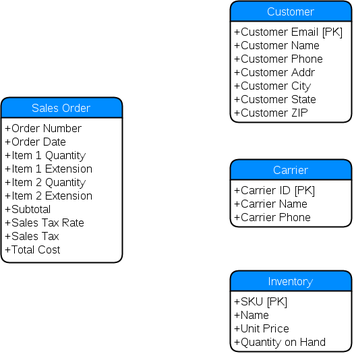
Above: images/normal-step3.png in accountingarchitecture/accountingarchitecture.github.io (draw.io), before the change. Source tidied: cells renumbered, new cells last; positions are measured from the earlier drawing's top-left corner, leaving out a move shared by most shapes. The source it was exported from:
```xml
<mxGraphModel background="#ffffff">
  <root>
    <mxCell id="0" />
    <mxCell id="1" parent="0" />
    <mxCell id="2" value="Sales Order" style="swimlane;html=1;horizontal=1;startSize=30;fillColor=#008cff;fontColor=#FFFFFF;rounded=1;fontSize=17;fontStyle=0;strokeWidth=2;shadow=0;dashed=0;align=center;" parent="1" vertex="1">
      <mxGeometry y="143" width="180" height="245" as="geometry" />
    </mxCell>
    <mxCell id="3" value="&lt;div&gt;&lt;span style=&quot;line-height: 1.2&quot;&gt;+Order Number&lt;/span&gt;&lt;br&gt;&lt;/div&gt;&lt;div&gt;+Order Date&lt;/div&gt;&lt;div&gt;+Item 1 Quantity&lt;/div&gt;&lt;div&gt;+Item 1 Extension&lt;/div&gt;&lt;div&gt;&lt;span style=&quot;line-height: 1.2&quot;&gt;+Item 2 Quantity&lt;/span&gt;&lt;br&gt;&lt;/div&gt;&lt;div&gt;+Item 2 Extension&lt;/div&gt;&lt;div&gt;+Subtotal&lt;/div&gt;&lt;div&gt;+Sales Tax Rate&lt;/div&gt;&lt;div&gt;+Sales Tax&lt;/div&gt;&lt;div&gt;+Total Cost&lt;/div&gt;" style="whiteSpace=wrap;html=1;align=left;strokeColor=none;fillColor=none;spacingLeft=4;fontSize=17;verticalAlign=top;" parent="2" vertex="1">
      <mxGeometry y="30" width="180" height="215" as="geometry" />
    </mxCell>
    <mxCell id="4" value="Customer" style="swimlane;html=1;horizontal=1;startSize=30;fillColor=#008cff;fontColor=#FFFFFF;rounded=1;fontSize=17;fontStyle=0;strokeWidth=2;shadow=0;dashed=0;align=center;" parent="1" vertex="1">
      <mxGeometry x="340" width="180" height="180" as="geometry" />
    </mxCell>
    <mxCell id="5" value="&lt;div&gt;+Customer Email [PK]&lt;/div&gt;&lt;div&gt;+Customer Name&lt;/div&gt;&lt;div&gt;&lt;span&gt;+Customer Phone&lt;/span&gt;&lt;br&gt;&lt;/div&gt;&lt;div&gt;+Customer Addr&lt;/div&gt;&lt;div&gt;+Customer City&lt;/div&gt;&lt;div&gt;+Customer State&lt;/div&gt;&lt;div&gt;+Customer ZIP&lt;/div&gt;" style="whiteSpace=wrap;html=1;align=left;strokeColor=none;fillColor=none;spacingLeft=4;fontSize=17;verticalAlign=top;" parent="4" vertex="1">
      <mxGeometry y="30" width="180" height="150" as="geometry" />
    </mxCell>
    <mxCell id="6" value="Carrier" style="swimlane;html=1;horizontal=1;startSize=30;fillColor=#008cff;fontColor=#FFFFFF;rounded=1;fontSize=17;fontStyle=0;strokeWidth=2;shadow=0;dashed=0;align=center;" parent="1" vertex="1">
      <mxGeometry x="340" y="235" width="180" height="100" as="geometry" />
    </mxCell>
    <mxCell id="7" value="&lt;div&gt;&lt;span style=&quot;line-height: 1.2&quot;&gt;+Carrier ID [PK]&lt;/span&gt;&lt;br&gt;&lt;/div&gt;&lt;div&gt;+Carrier Name&lt;/div&gt;&lt;div&gt;+Carrier Phone&lt;/div&gt;&lt;div&gt;&lt;br&gt;&lt;/div&gt;" style="whiteSpace=wrap;html=1;align=left;strokeColor=none;fillColor=none;spacingLeft=4;fontSize=17;verticalAlign=top;" parent="6" vertex="1">
      <mxGeometry y="30" width="180" height="70" as="geometry" />
    </mxCell>
    <mxCell id="8" value="Inventory" style="swimlane;html=1;horizontal=1;startSize=30;fillColor=#008cff;fontColor=#FFFFFF;rounded=1;fontSize=17;fontStyle=0;strokeWidth=2;shadow=0;dashed=0;align=center;" parent="1" vertex="1">
      <mxGeometry x="340" y="400" width="180" height="120" as="geometry" />
    </mxCell>
    <mxCell id="9" value="&lt;div&gt;&lt;span style=&quot;line-height: 1.2&quot;&gt;+SKU [PK]&lt;/span&gt;&lt;br&gt;&lt;/div&gt;&lt;div&gt;+Name&lt;/div&gt;&lt;div&gt;+Unit Price&lt;/div&gt;&lt;div&gt;+Quantity on Hand&lt;/div&gt;" style="whiteSpace=wrap;html=1;align=left;strokeColor=none;fillColor=none;spacingLeft=4;fontSize=17;verticalAlign=top;" parent="8" vertex="1">
      <mxGeometry y="30" width="180" height="90" as="geometry" />
    </mxCell>
  </root>
</mxGraphModel>
```
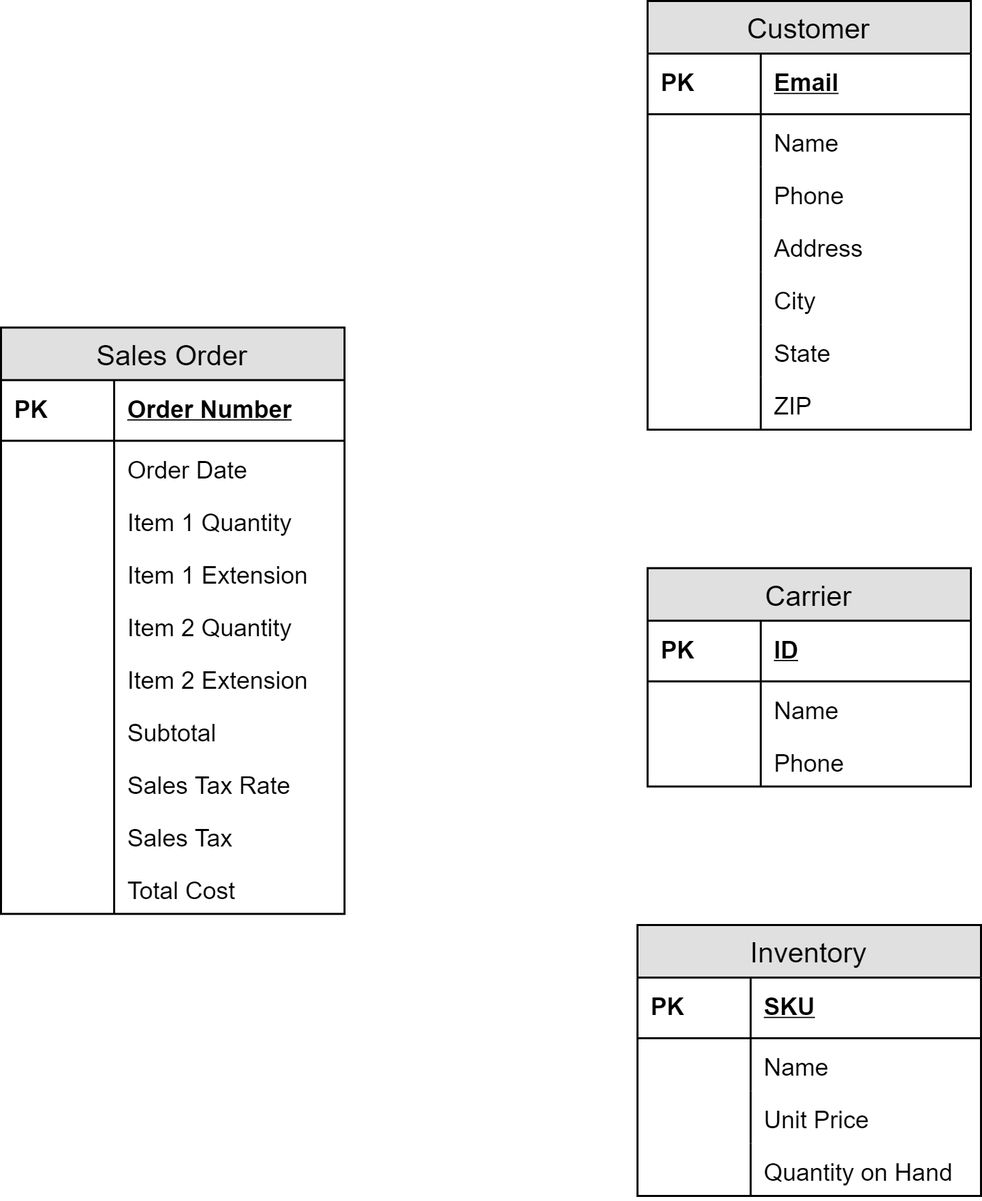
Above is the later version.

What changed in the source:
```diff
@@ -2,29 +2,161 @@
   <root>
     <mxCell id="0" />
     <mxCell id="1" parent="0" />
+    <mxCell id="10" value="Customer" style="swimlane;fontStyle=0;horizontal=1;startSize=26;fillColor=#e0e0e0;swimlaneFillColor=#ffffff;align=center;fontSize=14;" parent="1" vertex="1">
+      <mxGeometry x="345" y="-222" width="160" height="212" as="geometry" />
+    </mxCell>
+    <mxCell id="11" value="Email" style="shape=partialRectangle;top=0;left=0;right=0;bottom=1;align=left;verticalAlign=middle;fillColor=none;spacingLeft=60;spacingRight=4;overflow=hidden;fontStyle=5;fontSize=12;" parent="10" vertex="1">
+      <mxGeometry y="26" width="160" height="30" as="geometry" />
+    </mxCell>
+    <mxCell id="12" value="PK" style="shape=partialRectangle;fontStyle=1;top=0;left=0;bottom=0;fillColor=none;align=left;verticalAlign=middle;spacingLeft=4;spacingRight=4;overflow=hidden;fontSize=12;" parent="11" vertex="1">
+      <mxGeometry width="56" height="30" as="geometry" />
+    </mxCell>
+    <mxCell id="13" value="Name" style="shape=partialRectangle;top=0;left=0;right=0;bottom=0;align=left;verticalAlign=top;fillColor=none;spacingLeft=60;spacingRight=4;overflow=hidden;fontSize=12;" parent="10" vertex="1">
+      <mxGeometry y="56" width="160" height="26" as="geometry" />
+    </mxCell>
-    <mxCell id="2" value="Sales Order" style="swimlane;html=1;horizontal=1;startSize=30;fillColor=#008cff;fontColor=#FFFFFF;rounded=1;fontSize=17;fontStyle=0;strokeWidth=2;shadow=0;dashed=0;align=center;" parent="1" vertex="1">
-      <mxGeometry y="143" width="180" height="245" as="geometry" />
+    <mxCell id="2" style="shape=partialRectangle;top=0;left=0;bottom=0;fillColor=none;align=left;verticalAlign=top;spacingLeft=4;spacingRight=4;overflow=hidden;fontSize=12;" parent="13" vertex="1">
+      <mxGeometry width="56" height="26" as="geometry" />
     </mxCell>
-    <mxCell id="3" value="&lt;div&gt;&lt;span style=&quot;line-height: 1.2&quot;&gt;+Order Number&lt;/span&gt;&lt;br&gt;&lt;/div&gt;&lt;div&gt;+Order Date&lt;/div&gt;&lt;div&gt;+Item 1 Quantity&lt;/div&gt;&lt;div&gt;+Item 1 Extension&lt;/div&gt;&lt;div&gt;&lt;span style=&quot;line-height: 1.2&quot;&gt;+Item 2 Quantity&lt;/span&gt;&lt;br&gt;&lt;/div&gt;&lt;div&gt;+Item 2 Extension&lt;/div&gt;&lt;div&gt;+Subtotal&lt;/div&gt;&lt;div&gt;+Sales Tax Rate&lt;/div&gt;&lt;div&gt;+Sales Tax&lt;/div&gt;&lt;div&gt;+Total Cost&lt;/div&gt;" style="whiteSpace=wrap;html=1;align=left;strokeColor=none;fillColor=none;spacingLeft=4;fontSize=17;verticalAlign=top;" parent="2" vertex="1">
-      <mxGeometry y="30" width="180" height="215" as="geometry" />
+    <mxCell id="3" value="Phone" style="shape=partialRectangle;top=0;left=0;right=0;bottom=0;align=left;verticalAlign=top;fillColor=none;spacingLeft=60;spacingRight=4;overflow=hidden;fontSize=12;" parent="10" vertex="1">
+      <mxGeometry y="82" width="160" height="26" as="geometry" />
     </mxCell>
+    <mxCell id="14" style="shape=partialRectangle;top=0;left=0;bottom=0;fillColor=none;align=left;verticalAlign=top;spacingLeft=4;spacingRight=4;overflow=hidden;fontSize=12;" parent="3" vertex="1">
+      <mxGeometry width="56" height="26" as="geometry" />
+    </mxCell>
+    <mxCell id="15" value="Address" style="shape=partialRectangle;top=0;left=0;right=0;bottom=0;align=left;verticalAlign=top;fillColor=none;spacingLeft=60;spacingRight=4;overflow=hidden;fontSize=12;" parent="10" vertex="1">
+      <mxGeometry y="108" width="160" height="26" as="geometry" />
+    </mxCell>
+    <mxCell id="16" style="shape=partialRectangle;top=0;left=0;bottom=0;fillColor=none;align=left;verticalAlign=top;spacingLeft=4;spacingRight=4;overflow=hidden;fontSize=12;" parent="15" vertex="1">
+      <mxGeometry width="56" height="26" as="geometry" />
+    </mxCell>
+    <mxCell id="17" value="City" style="shape=partialRectangle;top=0;left=0;right=0;bottom=0;align=left;verticalAlign=top;fillColor=none;spacingLeft=60;spacingRight=4;overflow=hidden;fontSize=12;" parent="10" vertex="1">
+      <mxGeometry y="134" width="160" height="26" as="geometry" />
+    </mxCell>
+    <mxCell id="18" style="shape=partialRectangle;top=0;left=0;bottom=0;fillColor=none;align=left;verticalAlign=top;spacingLeft=4;spacingRight=4;overflow=hidden;fontSize=12;" parent="17" vertex="1">
+      <mxGeometry width="56" height="26" as="geometry" />
+    </mxCell>
+    <mxCell id="19" value="State" style="shape=partialRectangle;top=0;left=0;right=0;bottom=0;align=left;verticalAlign=top;fillColor=none;spacingLeft=60;spacingRight=4;overflow=hidden;fontSize=12;" parent="10" vertex="1">
+      <mxGeometry y="160" width="160" height="26" as="geometry" />
+    </mxCell>
+    <mxCell id="20" style="shape=partialRectangle;top=0;left=0;bottom=0;fillColor=none;align=left;verticalAlign=top;spacingLeft=4;spacingRight=4;overflow=hidden;fontSize=12;" parent="19" vertex="1">
+      <mxGeometry width="56" height="26" as="geometry" />
+    </mxCell>
+    <mxCell id="21" value="ZIP" style="shape=partialRectangle;top=0;left=0;right=0;bottom=0;align=left;verticalAlign=top;fillColor=none;spacingLeft=60;spacingRight=4;overflow=hidden;fontSize=12;" parent="10" vertex="1">
+      <mxGeometry y="186" width="160" height="26" as="geometry" />
+    </mxCell>
-    <mxCell id="4" value="Customer" style="swimlane;html=1;horizontal=1;startSize=30;fillColor=#008cff;fontColor=#FFFFFF;rounded=1;fontSize=17;fontStyle=0;strokeWidth=2;shadow=0;dashed=0;align=center;" parent="1" vertex="1">
-      <mxGeometry x="340" width="180" height="180" as="geometry" />
+    <mxCell id="4" style="shape=partialRectangle;top=0;left=0;bottom=0;fillColor=none;align=left;verticalAlign=top;spacingLeft=4;spacingRight=4;overflow=hidden;fontSize=12;" parent="21" vertex="1">
+      <mxGeometry width="56" height="26" as="geometry" />
     </mxCell>
-    <mxCell id="5" value="&lt;div&gt;+Customer Email [PK]&lt;/div&gt;&lt;div&gt;+Customer Name&lt;/div&gt;&lt;div&gt;&lt;span&gt;+Customer Phone&lt;/span&gt;&lt;br&gt;&lt;/div&gt;&lt;div&gt;+Customer Addr&lt;/div&gt;&lt;div&gt;+Customer City&lt;/div&gt;&lt;div&gt;+Customer State&lt;/div&gt;&lt;div&gt;+Customer ZIP&lt;/div&gt;" style="whiteSpace=wrap;html=1;align=left;strokeColor=none;fillColor=none;spacingLeft=4;fontSize=17;verticalAlign=top;" parent="4" vertex="1">
-      <mxGeometry y="30" width="180" height="150" as="geometry" />
+    <mxCell id="5" value="Carrier" style="swimlane;fontStyle=0;horizontal=1;startSize=26;fillColor=#e0e0e0;swimlaneFillColor=#ffffff;align=center;fontSize=14;" parent="1" vertex="1">
+      <mxGeometry x="345" y="58.5" width="160" height="108" as="geometry" />
     </mxCell>
+    <mxCell id="22" value="ID" style="shape=partialRectangle;top=0;left=0;right=0;bottom=1;align=left;verticalAlign=middle;fillColor=none;spacingLeft=60;spacingRight=4;overflow=hidden;fontStyle=5;fontSize=12;" parent="5" vertex="1">
+      <mxGeometry y="26" width="160" height="30" as="geometry" />
+    </mxCell>
+    <mxCell id="23" value="PK" style="shape=partialRectangle;fontStyle=1;top=0;left=0;bottom=0;fillColor=none;align=left;verticalAlign=middle;spacingLeft=4;spacingRight=4;overflow=hidden;fontSize=12;" parent="22" vertex="1">
+      <mxGeometry width="56" height="30" as="geometry" />
+    </mxCell>
+    <mxCell id="24" value="Name" style="shape=partialRectangle;top=0;left=0;right=0;bottom=0;align=left;verticalAlign=top;fillColor=none;spacingLeft=60;spacingRight=4;overflow=hidden;fontSize=12;" parent="5" vertex="1">
+      <mxGeometry y="56" width="160" height="26" as="geometry" />
+    </mxCell>
+    <mxCell id="25" style="shape=partialRectangle;top=0;left=0;bottom=0;fillColor=none;align=left;verticalAlign=top;spacingLeft=4;spacingRight=4;overflow=hidden;fontSize=12;" parent="24" vertex="1">
+      <mxGeometry width="56" height="26" as="geometry" />
+    </mxCell>
+    <mxCell id="26" value="Phone" style="shape=partialRectangle;top=0;left=0;right=0;bottom=0;align=left;verticalAlign=top;fillColor=none;spacingLeft=60;spacingRight=4;overflow=hidden;fontSize=12;" parent="5" vertex="1">
+      <mxGeometry y="82" width="160" height="26" as="geometry" />
+    </mxCell>
+    <mxCell id="27" style="shape=partialRectangle;top=0;left=0;bottom=0;fillColor=none;align=left;verticalAlign=top;spacingLeft=4;spacingRight=4;overflow=hidden;fontSize=12;" parent="26" vertex="1">
+      <mxGeometry width="56" height="26" as="geometry" />
+    </mxCell>
-    <mxCell id="6" value="Carrier" style="swimlane;html=1;horizontal=1;startSize=30;fillColor=#008cff;fontColor=#FFFFFF;rounded=1;fontSize=17;fontStyle=0;strokeWidth=2;shadow=0;dashed=0;align=center;" parent="1" vertex="1">
-      <mxGeometry x="340" y="235" width="180" height="100" as="geometry" />
+    <mxCell id="6" value="Inventory" style="swimlane;fontStyle=0;horizontal=1;startSize=26;fillColor=#e0e0e0;swimlaneFillColor=#ffffff;align=center;fontSize=14;" parent="1" vertex="1">
+      <mxGeometry x="340" y="235" width="170" height="134" as="geometry" />
     </mxCell>
-    <mxCell id="7" value="&lt;div&gt;&lt;span style=&quot;line-height: 1.2&quot;&gt;+Carrier ID [PK]&lt;/span&gt;&lt;br&gt;&lt;/div&gt;&lt;div&gt;+Carrier Name&lt;/div&gt;&lt;div&gt;+Carrier Phone&lt;/div&gt;&lt;div&gt;&lt;br&gt;&lt;/div&gt;" style="whiteSpace=wrap;html=1;align=left;strokeColor=none;fillColor=none;spacingLeft=4;fontSize=17;verticalAlign=top;" parent="6" vertex="1">
-      <mxGeometry y="30" width="180" height="70" as="geometry" />
+    <mxCell id="7" value="SKU" style="shape=partialRectangle;top=0;left=0;right=0;bottom=1;align=left;verticalAlign=middle;fillColor=none;spacingLeft=60;spacingRight=4;overflow=hidden;fontStyle=5;fontSize=12;" parent="6" vertex="1">
+      <mxGeometry y="26" width="170" height="30" as="geometry" />
     </mxCell>
-    <mxCell id="8" value="Inventory" style="swimlane;html=1;horizontal=1;startSize=30;fillColor=#008cff;fontColor=#FFFFFF;rounded=1;fontSize=17;fontStyle=0;strokeWidth=2;shadow=0;dashed=0;align=center;" parent="1" vertex="1">
-      <mxGeometry x="340" y="400" width="180" height="120" as="geometry" />
+    <mxCell id="8" value="PK" style="shape=partialRectangle;fontStyle=1;top=0;left=0;bottom=0;fillColor=none;align=left;verticalAlign=middle;spacingLeft=4;spacingRight=4;overflow=hidden;fontSize=12;" parent="7" vertex="1">
+      <mxGeometry width="56" height="30" as="geometry" />
     </mxCell>
-    <mxCell id="9" value="&lt;div&gt;&lt;span style=&quot;line-height: 1.2&quot;&gt;+SKU [PK]&lt;/span&gt;&lt;br&gt;&lt;/div&gt;&lt;div&gt;+Name&lt;/div&gt;&lt;div&gt;+Unit Price&lt;/div&gt;&lt;div&gt;+Quantity on Hand&lt;/div&gt;" style="whiteSpace=wrap;html=1;align=left;strokeColor=none;fillColor=none;spacingLeft=4;fontSize=17;verticalAlign=top;" parent="8" vertex="1">
-      <mxGeometry y="30" width="180" height="90" as="geometry" />
+    <mxCell id="9" value="Name" style="shape=partialRectangle;top=0;left=0;right=0;bottom=0;align=left;verticalAlign=top;fillColor=none;spacingLeft=60;spacingRight=4;overflow=hidden;fontSize=12;" parent="6" vertex="1">
+      <mxGeometry y="56" width="170" height="26" as="geometry" />
     </mxCell>
+    <mxCell id="28" style="shape=partialRectangle;top=0;left=0;bottom=0;fillColor=none;align=left;verticalAlign=top;spacingLeft=4;spacingRight=4;overflow=hidden;fontSize=12;" parent="9" vertex="1">
+      <mxGeometry width="56" height="26" as="geometry" />
+    </mxCell>
+    <mxCell id="29" value="Unit Price" style="shape=partialRectangle;top=0;left=0;right=0;bottom=0;align=left;verticalAlign=top;fillColor=none;spacingLeft=60;spacingRight=4;overflow=hidden;fontSize=12;" parent="6" vertex="1">
+      <mxGeometry y="82" width="170" height="26" as="geometry" />
+    </mxCell>
+    <mxCell id="30" style="shape=partialRectangle;top=0;left=0;bottom=0;fillColor=none;align=left;verticalAlign=top;spacingLeft=4;spacingRight=4;overflow=hidden;fontSize=12;" parent="29" vertex="1">
+      <mxGeometry width="56" height="26" as="geometry" />
+    </mxCell>
+    <mxCell id="31" value="Quantity on Hand" style="shape=partialRectangle;top=0;left=0;right=0;bottom=0;align=left;verticalAlign=top;fillColor=none;spacingLeft=60;spacingRight=4;overflow=hidden;fontSize=12;" parent="6" vertex="1">
+      <mxGeometry y="108" width="170" height="26" as="geometry" />
+    </mxCell>
+    <mxCell id="32" style="shape=partialRectangle;top=0;left=0;bottom=0;fillColor=none;align=left;verticalAlign=top;spacingLeft=4;spacingRight=4;overflow=hidden;fontSize=12;" parent="31" vertex="1">
+      <mxGeometry width="56" height="26" as="geometry" />
+    </mxCell>
+    <mxCell id="33" value="Sales Order" style="swimlane;fontStyle=0;horizontal=1;startSize=26;fillColor=#e0e0e0;swimlaneFillColor=#ffffff;align=center;fontSize=14;" parent="1" vertex="1">
+      <mxGeometry x="25" y="-60.5" width="170" height="290" as="geometry" />
+    </mxCell>
+    <mxCell id="34" value="Order Number" style="shape=partialRectangle;top=0;left=0;right=0;bottom=1;align=left;verticalAlign=middle;fillColor=none;spacingLeft=60;spacingRight=4;overflow=hidden;fontStyle=5;fontSize=12;" parent="33" vertex="1">
+      <mxGeometry y="26" width="170" height="30" as="geometry" />
+    </mxCell>
+    <mxCell id="35" value="PK" style="shape=partialRectangle;fontStyle=1;top=0;left=0;bottom=0;fillColor=none;align=left;verticalAlign=middle;spacingLeft=4;spacingRight=4;overflow=hidden;fontSize=12;" parent="34" vertex="1">
+      <mxGeometry width="56" height="30" as="geometry" />
+    </mxCell>
+    <mxCell id="36" value="Order Date" style="shape=partialRectangle;top=0;left=0;right=0;bottom=0;align=left;verticalAlign=top;fillColor=none;spacingLeft=60;spacingRight=4;overflow=hidden;fontSize=12;" parent="33" vertex="1">
+      <mxGeometry y="56" width="170" height="26" as="geometry" />
+    </mxCell>
+    <mxCell id="37" style="shape=partialRectangle;top=0;left=0;bottom=0;fillColor=none;align=left;verticalAlign=top;spacingLeft=4;spacingRight=4;overflow=hidden;fontSize=12;" parent="36" vertex="1">
+      <mxGeometry width="56" height="26" as="geometry" />
+    </mxCell>
+    <mxCell id="38" value="Item 1 Quantity" style="shape=partialRectangle;top=0;left=0;right=0;bottom=0;align=left;verticalAlign=top;fillColor=none;spacingLeft=60;spacingRight=4;overflow=hidden;fontSize=12;" parent="33" vertex="1">
+      <mxGeometry y="82" width="170" height="26" as="geometry" />
+    </mxCell>
+    <mxCell id="39" style="shape=partialRectangle;top=0;left=0;bottom=0;fillColor=none;align=left;verticalAlign=top;spacingLeft=4;spacingRight=4;overflow=hidden;fontSize=12;" parent="38" vertex="1">
+      <mxGeometry width="56" height="26" as="geometry" />
+    </mxCell>
+    <mxCell id="40" value="Item 1 Extension" style="shape=partialRectangle;top=0;left=0;right=0;bottom=0;align=left;verticalAlign=top;fillColor=none;spacingLeft=60;spacingRight=4;overflow=hidden;fontSize=12;" parent="33" vertex="1">
+      <mxGeometry y="108" width="170" height="26" as="geometry" />
+    </mxCell>
+    <mxCell id="41" style="shape=partialRectangle;top=0;left=0;bottom=0;fillColor=none;align=left;verticalAlign=top;spacingLeft=4;spacingRight=4;overflow=hidden;fontSize=12;" parent="40" vertex="1">
+      <mxGeometry width="56" height="26" as="geometry" />
+    </mxCell>
+    <mxCell id="42" value="Item 2 Quantity" style="shape=partialRectangle;top=0;left=0;right=0;bottom=0;align=left;verticalAlign=top;fillColor=none;spacingLeft=60;spacingRight=4;overflow=hidden;fontSize=12;" parent="33" vertex="1">
+      <mxGeometry y="134" width="170" height="26" as="geometry" />
+    </mxCell>
+    <mxCell id="43" style="shape=partialRectangle;top=0;left=0;bottom=0;fillColor=none;align=left;verticalAlign=top;spacingLeft=4;spacingRight=4;overflow=hidden;fontSize=12;" parent="42" vertex="1">
+      <mxGeometry width="56" height="26" as="geometry" />
+    </mxCell>
+    <mxCell id="44" value="Item 2 Extension" style="shape=partialRectangle;top=0;left=0;right=0;bottom=0;align=left;verticalAlign=top;fillColor=none;spacingLeft=60;spacingRight=4;overflow=hidden;fontSize=12;" parent="33" vertex="1">
+      <mxGeometry y="160" width="170" height="26" as="geometry" />
+    </mxCell>
+    <mxCell id="45" style="shape=partialRectangle;top=0;left=0;bottom=0;fillColor=none;align=left;verticalAlign=top;spacingLeft=4;spacingRight=4;overflow=hidden;fontSize=12;" parent="44" vertex="1">
+      <mxGeometry width="56" height="26" as="geometry" />
+    </mxCell>
+    <mxCell id="46" value="Subtotal" style="shape=partialRectangle;top=0;left=0;right=0;bottom=0;align=left;verticalAlign=top;fillColor=none;spacingLeft=60;spacingRight=4;overflow=hidden;fontSize=12;" parent="33" vertex="1">
+      <mxGeometry y="186" width="170" height="26" as="geometry" />
+    </mxCell>
+    <mxCell id="47" style="shape=partialRectangle;top=0;left=0;bottom=0;fillColor=none;align=left;verticalAlign=top;spacingLeft=4;spacingRight=4;overflow=hidden;fontSize=12;" parent="46" vertex="1">
+      <mxGeometry width="56" height="26" as="geometry" />
+    </mxCell>
+    <mxCell id="48" value="Sales Tax Rate" style="shape=partialRectangle;top=0;left=0;right=0;bottom=0;align=left;verticalAlign=top;fillColor=none;spacingLeft=60;spacingRight=4;overflow=hidden;fontSize=12;" parent="33" vertex="1">
+      <mxGeometry y="212" width="170" height="26" as="geometry" />
+    </mxCell>
+    <mxCell id="49" style="shape=partialRectangle;top=0;left=0;bottom=0;fillColor=none;align=left;verticalAlign=top;spacingLeft=4;spacingRight=4;overflow=hidden;fontSize=12;" parent="48" vertex="1">
+      <mxGeometry width="56" height="26" as="geometry" />
+    </mxCell>
+    <mxCell id="50" value="Sales Tax" style="shape=partialRectangle;top=0;left=0;right=0;bottom=0;align=left;verticalAlign=top;fillColor=none;spacingLeft=60;spacingRight=4;overflow=hidden;fontSize=12;" parent="33" vertex="1">
+      <mxGeometry y="238" width="170" height="26" as="geometry" />
+    </mxCell>
+    <mxCell id="51" style="shape=partialRectangle;top=0;left=0;bottom=0;fillColor=none;align=left;verticalAlign=top;spacingLeft=4;spacingRight=4;overflow=hidden;fontSize=12;" parent="50" vertex="1">
+      <mxGeometry width="56" height="26" as="geometry" />
+    </mxCell>
+    <mxCell id="52" value="Total Cost" style="shape=partialRectangle;top=0;left=0;right=0;bottom=0;align=left;verticalAlign=top;fillColor=none;spacingLeft=60;spacingRight=4;overflow=hidden;fontSize=12;" parent="33" vertex="1">
+      <mxGeometry y="264" width="170" height="26" as="geometry" />
+    </mxCell>
+    <mxCell id="53" style="shape=partialRectangle;top=0;left=0;bottom=0;fillColor=none;align=left;verticalAlign=top;spacingLeft=4;spacingRight=4;overflow=hidden;fontSize=12;" parent="52" vertex="1">
+      <mxGeometry width="56" height="26" as="geometry" />
+    </mxCell>
   </root>
 </mxGraphModel>
```
